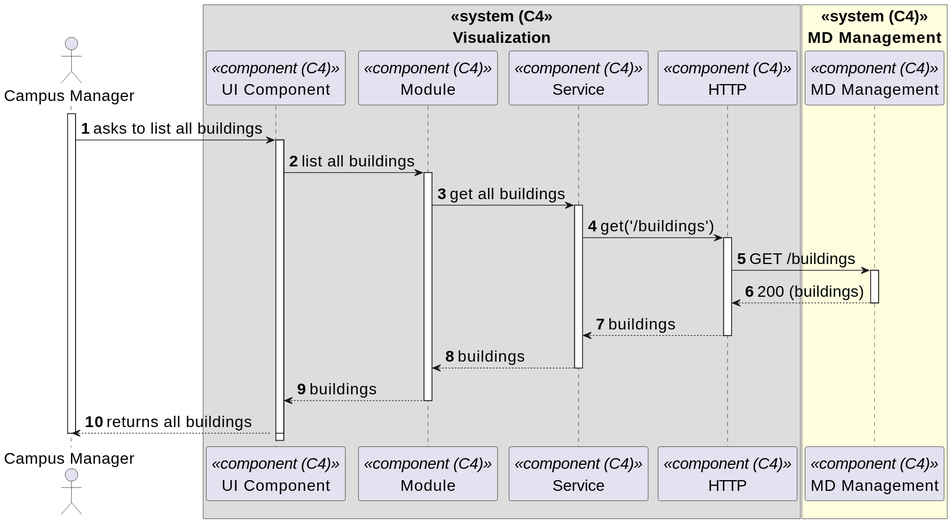
miseEnPlace-dev/lapr5 keeps this PlantUML diagram as _wiki/sprint-b/us-1210/views/level-3/assets/process-view.svg. Above is the earlier version.
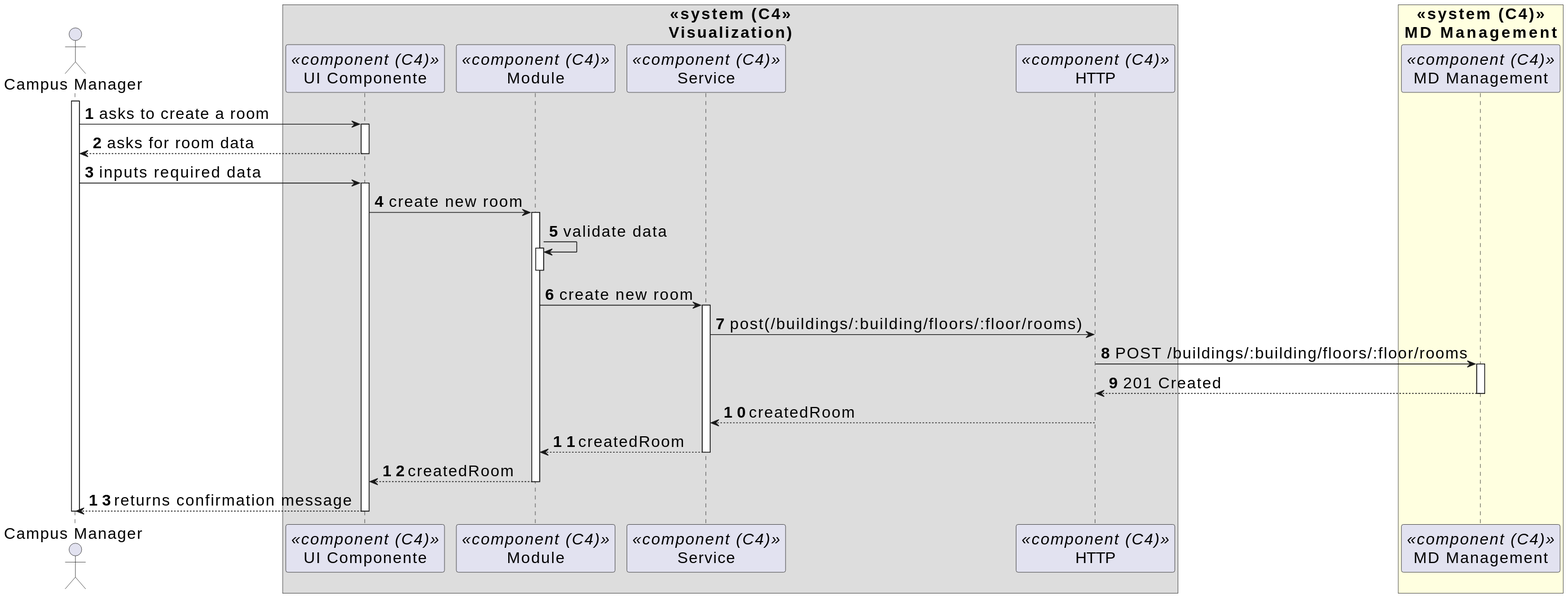
Above is the later version.

What changed in the source:
```diff
@@ -4,8 +4,9 @@
 skinparam DefaultTextAlignment<<center>> center
 
 actor CM as "Campus Manager"
-box "<<system (C4>>\nVisualization"<<center>>
-  participant CMP as "UI Component" <<component (C4)>>
+box "<<system (C4>>\nVisualization)"<<center>>
+  participant CMP as "UI Componente" <<component (C4)>>
+    participant CMP as "UI Component" <<component (C4)>>
   participant MOD as "Module" <<component (C4)>>
   participant SRV as "Service" <<component (C4)>>
   participant HTTP as "HTTP" <<component (C4)>>
@@ -17,34 +18,40 @@
 
 activate CM
 
-CM -> CMP : asks to list all buildings
+CM -> CMP : asks to create a room
 activate CMP
 
+CM <-- CMP : asks for room data
+deactivate CMP
+
+CM -> CMP : inputs required data
 activate CMP
-CMP -> MOD : list all buildings
+
+CMP -> MOD : create new room
 activate MOD
-MOD -> SRV : get all buildings
+MOD -> MOD : validate data
+activate MOD
+deactivate MOD
+
+MOD -> SRV : create new room
 activate SRV
-SRV -> HTTP : get('/buildings')
+SRV -> HTTP : post(/buildings/:building/floors/:floor/rooms)
 
-activate HTTP
-
-HTTP -> MDM : GET /buildings
+HTTP -> MDM : POST /buildings/:building/floors/:floor/rooms
 activate MDM
-MDM --> HTTP : 200 (buildings)
+MDM --> HTTP : 201 Created
 deactivate MDM
 
-HTTP --> SRV : buildings
+HTTP --> SRV : createdRoom
 deactivate HTTP
 
-SRV --> MOD : buildings
+SRV --> MOD : createdRoom
 deactivate SRV
-MOD --> CMP : buildings
+MOD --> CMP : createdRoom
 deactivate MOD
 
-CM <-- CMP : returns all buildings
+CM <-- CMP : returns confirmation message
 deactivate CMP
-
 
 deactivate CM
 @enduml
```
